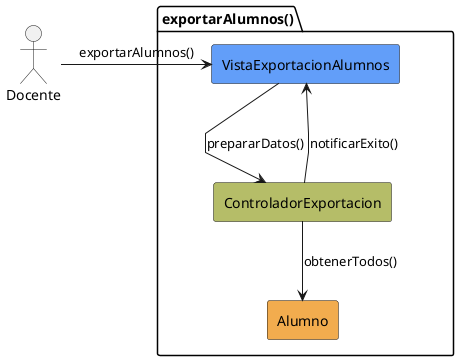
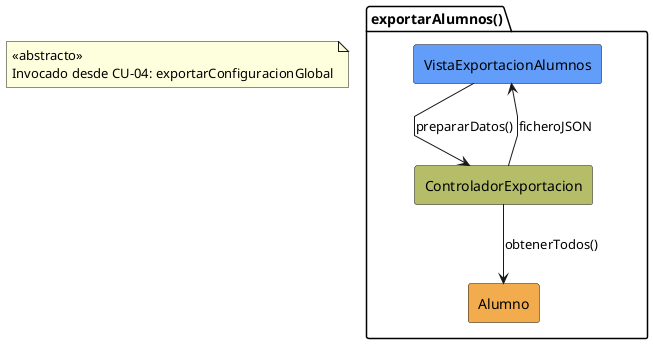
- ﻿@startuml exportarAlumnos-analisis
+ @startuml exportarAlumnos-analisis
skinparam linetype polyline

- actor Docente
+ note "<<abstracto>>\nInvocado desde CU-04: exportarConfiguracionGlobal" as N1
package exportarAlumnos as "exportarAlumnos()" {
    rectangle #629EF9 VistaExportacionAlumnos
    rectangle #b5bd68 ControladorExportacion
    rectangle #F2AC4E Alumno
}

- Docente -r-> VistaExportacionAlumnos: exportarAlumnos()
VistaExportacionAlumnos -d-> ControladorExportacion: prepararDatos()
ControladorExportacion --> Alumno: obtenerTodos()
- ControladorExportacion --> VistaExportacionAlumnos: notificarExito()
+ ControladorExportacion --> VistaExportacionAlumnos: ficheroJSON

- @enduml+ @enduml
